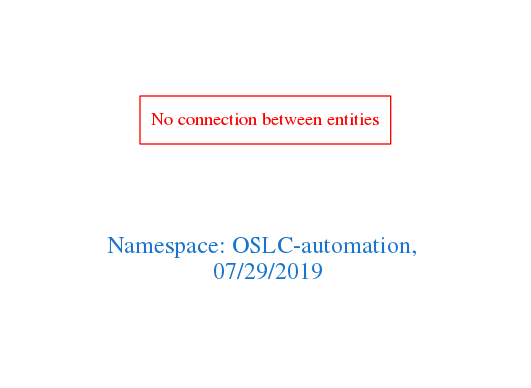
This is downloads/OSLC-automation.png from arago/OGIT, a Graphviz export, as it was before one commit. Its source is kept beside it as downloads/OSLC-automation.dot.
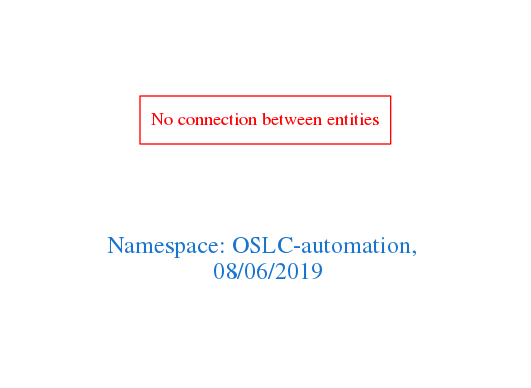
After the commit.

Diff of the diagram source:
```diff
@@ -1,7 +1,7 @@
 digraph OGIT_ontology {
  graph [ rankdir= LR,pad=1
 fontsize = 18,
-fontcolor= dodgerblue3,label = "\n\n\nNamespace: OSLC-automation, \n 07/29/2019"];
+fontcolor= dodgerblue3,label = "\n\n\nNamespace: OSLC-automation, \n 08/06/2019"];
 node[shape=polygon];
 edge [  color="gray81"];
 
```
